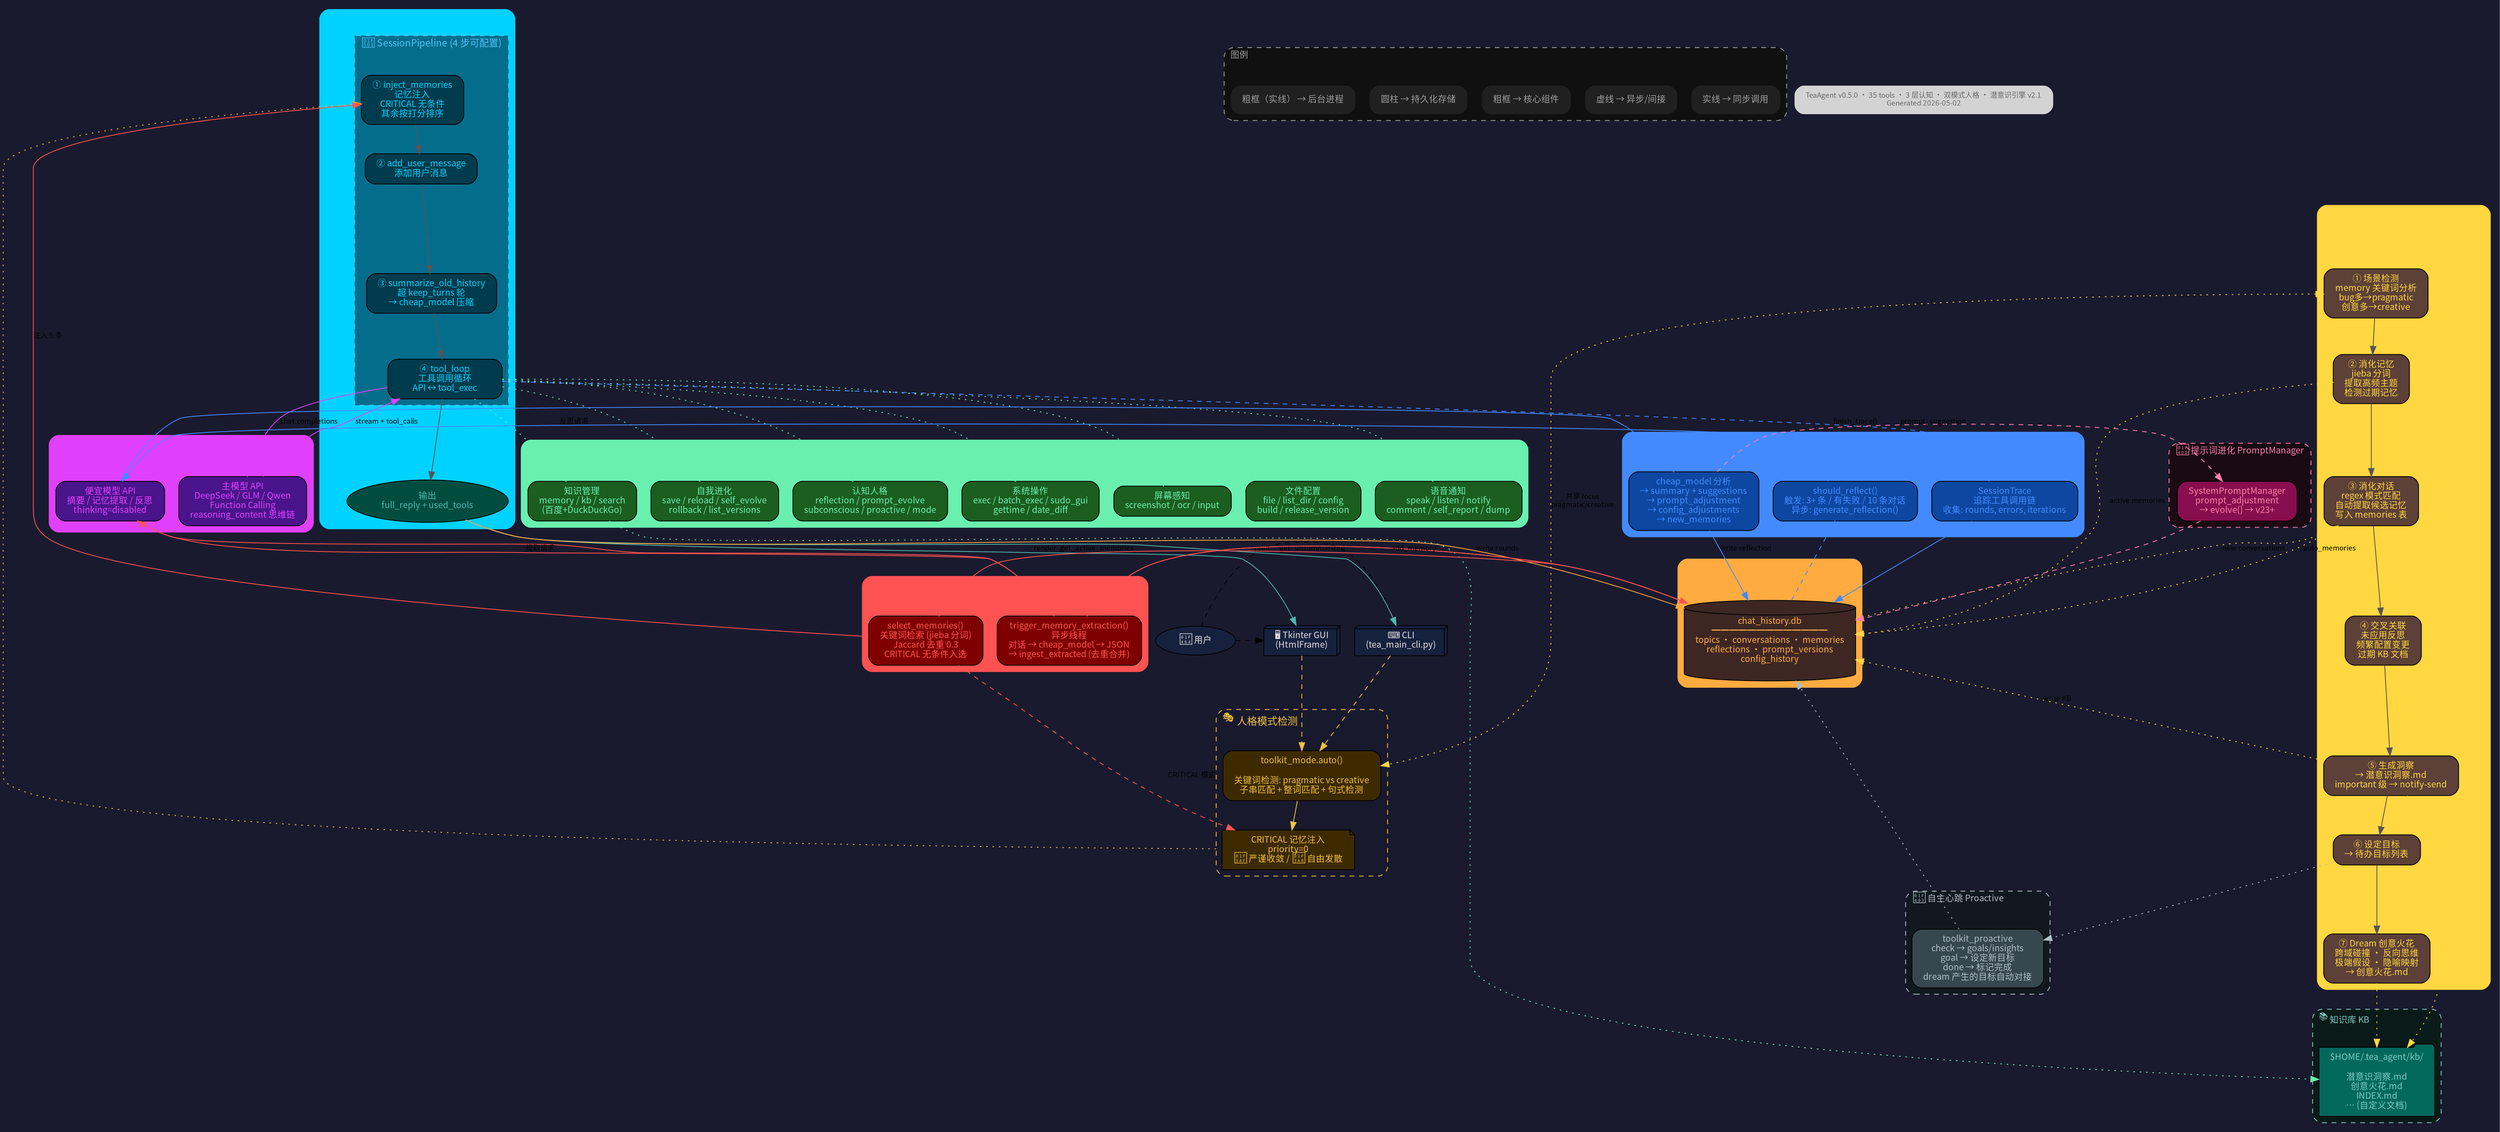
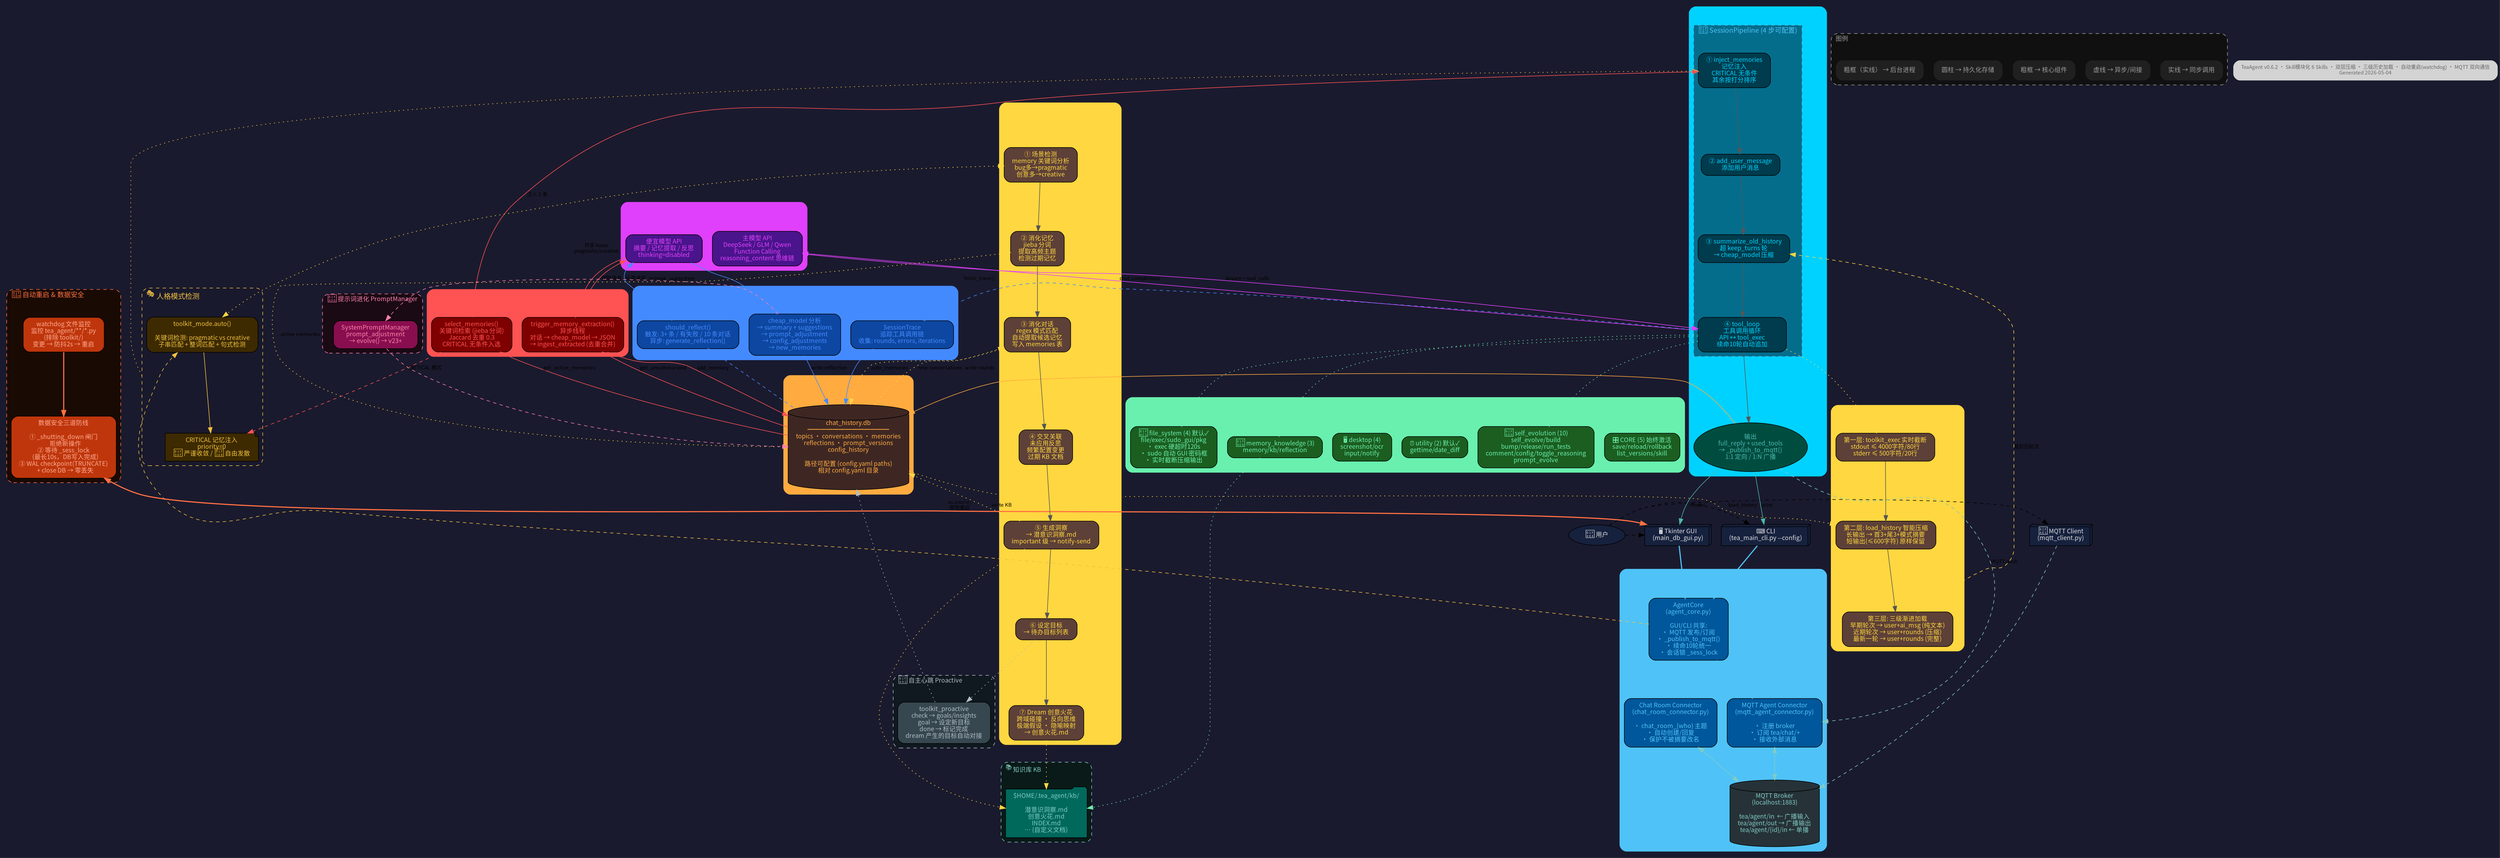
digraph TeaAgent_Architecture {
    rankdir=TB;
    bgcolor="#1a1a2e";
    fontname="Fira Sans,Noto Sans CJK SC";
    fontsize=14;
    fontcolor="#e0e0e0";
    compound=true;

    // ── 全局样式 ──
    node [shape=box, style="rounded,filled", fontname="Fira Sans,Noto Sans CJK SC", fontsize=11, margin="0.2,0.1"];
    edge [fontname="Fira Sans,Noto Sans CJK SC", fontsize=9, color="#555555"];

    // ═══════════════════════════════════════════
    // 外部/用户
    // ═══════════════════════════════════════════
    user [label="👤 用户", fillcolor="#16213e", fontcolor="#e0e0e0", shape=ellipse, width=1.0];
-     gui    [label="🖥️ Tkinter GUI\n(HtmlFrame)", fillcolor="#16213e", fontcolor="#e0e0e0", shape=box3d];
-     cli    [label="⌨️ CLI\n(tea_main_cli.py)", fillcolor="#16213e", fontcolor="#e0e0e0", shape=box3d];
-     {rank=same; user; gui; cli}
+     gui    [label="🖥️ Tkinter GUI\n(main_db_gui.py)", fillcolor="#16213e", fontcolor="#e0e0e0", shape=box3d];
+     cli    [label="⌨️ CLI\n(tea_main_cli.py --config)", fillcolor="#16213e", fontcolor="#e0e0e0", shape=box3d];
+     mqtt_pc [label="📡 MQTT Client\n(mqtt_client.py)", fillcolor="#16213e", fontcolor="#e0e0e0", shape=box3d];
+     {rank=same; user; gui; cli; mqtt_pc}

    user -> gui  [style=dashed, color="#666"];
    user -> cli  [style=dashed, color="#666"];
+     user -> mqtt_pc [style=dashed, color="#666"];
+ 
+     // ═══════════════════════════════════════════
+     // AgentCore 共享基类 + MQTT 层
+     // ═══════════════════════════════════════════
+     subgraph cluster_core {
+         label="🧬 AgentCore 共享基类 + 连接器";
+         fontsize=13;
+         fontcolor="#4fc3f7";
+         style="rounded,filled";
+         color="#4fc3f7";
+         bgcolor="#0a1628";
+         labeljust=l;
+ 
+         agent_core [label="AgentCore\n(agent_core.py)\n\nGUI/CLI 共享:\n· MQTT 发布/订阅\n· _publish_to_mqtt()\n· 续命10轮统一\n· 会话锁 _sess_lock", fillcolor="#01579b", fontcolor="#4fc3f7", shape=box];
+ 
+         mqtt_conn [label="MQTT Agent Connector\n(mqtt_agent_connector.py)\n\n· 注册 broker\n· 订阅 tea/chat/+\n· 接收外部消息", fillcolor="#01579b", fontcolor="#4fc3f7"];
+ 
+         chat_room [label="Chat Room Connector\n(chat_room_connector.py)\n\n· chat_room_{who} 主题\n· 自动创建/回复\n· 保护不被摘要改名", fillcolor="#01579b", fontcolor="#4fc3f7"];
+ 
+         mqtt_broker [label="MQTT Broker\n(localhost:1883)\n\ntea/agent/in  ← 广播输入\ntea/agent/out → 广播输出\ntea/agent/{id}/in ← 单播", fillcolor="#263238", fontcolor="#80cbc4", shape=cylinder];
+     }
+ 
+     gui -> agent_core [color="#4fc3f7", style="bold"];
+     cli -> agent_core [color="#4fc3f7", style="bold"];
+     agent_core -> mqtt_conn [color="#4fc3f7"];
+     mqtt_pc -> mqtt_broker [color="#80cbc4", style=dashed];
+     mqtt_conn -> mqtt_broker [color="#80cbc4", dir=both];
+     chat_room -> mqtt_broker [color="#80cbc4", dir=both];
+ 
+     // ═══════════════════════════════════════════
+     // 自动重启 & 数据安全
+     // ═══════════════════════════════════════════
+     subgraph cluster_autorestart {
+         label="🔄 自动重启 & 数据安全";
+         fontsize=12;
+         fontcolor="#ff7043";
+         style="rounded,dashed";
+         color="#ff7043";
+         bgcolor="#1a0a04";
+         labeljust=l;
+ 
+         watchdog [label="watchdog 文件监控\n监控 tea_agent/**/*.py\n(排除 toolkit/)\n变更 → 防抖2s → 重启", fillcolor="#bf360c", fontcolor="#ffab91"];
+ 
+         safety [label="数据安全三道防线\n\n① _shutting_down 闸门\n   拒绝新操作\n② 等待 _sess_lock\n   (最长10s，DB写入完成)\n③ WAL checkpoint(TRUNCATE)\n   + close DB → 零丢失", fillcolor="#bf360c", fontcolor="#ffab91", shape=box];
+     }
+ 
+     watchdog -> safety [color="#ff7043", style=bold];
+     safety -> gui [color="#ff7043", label="os.execv()\n原地重启", style=bold, dir=both];

    // ═══════════════════════════════════════════
    // 模式检测 (入口前置)
    // ═══════════════════════════════════════════
    subgraph cluster_mode {
        label="🎭 人格模式检测";
        fontsize=13;
        fontcolor="#f0c040";
        style="rounded,dashed";
        color="#f0c040";
        bgcolor="#1a1a2e88";
        labeljust=l;

        mode_detect [label="toolkit_mode.auto()\n\n关键词检测: pragmatic vs creative\n子串匹配 + 整词匹配 + 句式检测", fillcolor="#3d2a00", fontcolor="#f0c040", shape=box];
        mode_mem    [label="CRITICAL 记忆注入\npriority=0\n🎯 严谨收敛 / 🎨 自由发散", fillcolor="#3d2a00", fontcolor="#f0c040", shape=note];
    }

-     gui -> mode_detect [color="#f0c040", style=dashed];
-     cli -> mode_detect [color="#f0c040", style=dashed];
+     agent_core -> mode_detect [color="#f0c040", style=dashed];
    mode_detect -> mode_mem [color="#f0c040"];

    // ═══════════════════════════════════════════
    // OnlineToolSession (核心编排)
    // ═══════════════════════════════════════════
    subgraph cluster_session {
        label="OnlineToolSession · chat_stream()";
        fontsize=14;
        fontcolor="#00d2ff";
        style="rounded,filled";
        color="#00d2ff";
        bgcolor="#0a1628";
        labeljust=l;

        // Pipeline 4 步
        subgraph cluster_pipeline {
            label="🔁 SessionPipeline (4 步可配置)";
            fontsize=12;
            fontcolor="#4fc3f7";
            style=dashed;
            color="#4fc3f7";
            bgcolor="#0a162888";

            step1 [label="① inject_memories\n记忆注入\nCRITICAL 无条件\n其余按打分排序", fillcolor="#003c4d", fontcolor="#00d2ff"];
            step2 [label="② add_user_message\n添加用户消息", fillcolor="#003c4d", fontcolor="#00d2ff"];
            step3 [label="③ summarize_old_history\n超 keep_turns 轮\n→ cheap_model 压缩", fillcolor="#003c4d", fontcolor="#00d2ff"];
-             step4 [label="④ tool_loop\n工具调用循环\nAPI ↔ tool_exec", fillcolor="#003c4d", fontcolor="#00d2ff", shape=box, width=2.0];
+             step4 [label="④ tool_loop\n工具调用循环\nAPI ↔ tool_exec\n续命10轮自动追加", fillcolor="#003c4d", fontcolor="#00d2ff", shape=box, width=2.2];

            step1 -> step2 -> step3 -> step4;
        }

-         step4_output [label="输出\nfull_reply + used_tools", fillcolor="#004d40", fontcolor="#4db6ac", shape=ellipse];
+         step4_output [label="输出\nfull_reply + used_tools\n→ _publish_to_mqtt()\n1:1 定向 / 1:N 广播", fillcolor="#004d40", fontcolor="#4db6ac", shape=ellipse];
        step4 -> step4_output;
    }

    mode_mem -> step1 [color="#f0c040", style=dotted, ltail=cluster_mode];

    // ═══════════════════════════════════════════
    // API 层
    // ═══════════════════════════════════════════
    subgraph cluster_api {
        label="☁️ API 层";
        fontsize=13;
        fontcolor="#e040fb";
        style="rounded,filled";
        color="#e040fb";
        bgcolor="#1a0a28";
        labeljust=l;

        main_api [label="主模型 API\nDeepSeek / GLM / Qwen\nFunction Calling\nreasoning_content 思维链", fillcolor="#4a148c", fontcolor="#e040fb"];
        cheap_api [label="便宜模型 API\n摘要 / 记忆提取 / 反思\nthinking=disabled", fillcolor="#4a148c", fontcolor="#e040fb"];
    }

    step4 -> main_api [color="#e040fb", label="chat.completions"];
    main_api -> step4 [color="#e040fb", label="stream + tool_calls"];

    // ═══════════════════════════════════════════
-     // 工具层
+     // 工具层 (Skill 模块化)
    // ═══════════════════════════════════════════
    subgraph cluster_tools {
-         label="🔧 工具层 (35 tools · 7 大类)";
+         label="🔧 工具层 · Skill 模块化 (6 Skills, 35 tools, 默认激活 11)";
        fontsize=13;
        fontcolor="#69f0ae";
        style="rounded,filled";
        color="#69f0ae";
        bgcolor="#0a2816";
        labeljust=l;

-         tools_sys   [label="系统操作\nexec / batch_exec / sudo_gui\ngettime / date_diff", fillcolor="#1b5e20", fontcolor="#69f0ae"];
-         tools_file  [label="文件配置\nfile / list_dir / config\nbuild / release_version", fillcolor="#1b5e20", fontcolor="#69f0ae"];
-         tools_screen [label="屏幕感知\nscreenshot / ocr / input", fillcolor="#1b5e20", fontcolor="#69f0ae"];
-         tools_know  [label="知识管理\nmemory / kb / search\n(百度+DuckDuckGo)", fillcolor="#1b5e20", fontcolor="#69f0ae"];
-         tools_evolve [label="自我进化\nsave / reload / self_evolve\nrollback / list_versions", fillcolor="#1b5e20", fontcolor="#69f0ae"];
-         tools_cog   [label="认知人格\nreflection / prompt_evolve\nsubconscious / proactive / mode", fillcolor="#1b5e20", fontcolor="#69f0ae"];
-         tools_voice [label="语音通知\nspeak / listen / notify\ncomment / self_report / dump", fillcolor="#1b5e20", fontcolor="#69f0ae"];
- 
-         {rank=same; tools_sys; tools_file;}
-         {rank=same; tools_screen; tools_know;}
-         {rank=same; tools_evolve; tools_cog; tools_voice;}
-     }
- 
-     step4 -> tools_sys    [color="#69f0ae", style=dotted];
-     step4 -> tools_screen [color="#69f0ae", style=dotted];
-     step4 -> tools_evolve [color="#69f0ae", style=dotted];
-     step4 -> tools_know   [color="#69f0ae", style=dotted];
-     step4 -> tools_cog    [color="#69f0ae", style=dotted];
-     step4 -> tools_voice  [color="#69f0ae", style=dotted];
+         tools_skill_core [label="🎛️ CORE (5) 始终激活\nsave/reload/rollback\nlist_versions/skill", fillcolor="#1b5e20", fontcolor="#69f0ae"];
+         tools_skill_fs   [label="📁 file_system (4) 默认✓\nfile/exec/sudo_gui/pkg\n· exec 硬超时120s\n· sudo 自动 GUI 密码框\n· 实时截断压缩输出", fillcolor="#1b5e20", fontcolor="#69f0ae"];
+         tools_skill_util [label="⏰ utility (2) 默认✓\ngettime/date_diff", fillcolor="#1b5e20", fontcolor="#69f0ae"];
+         tools_skill_desk [label="🖥️ desktop (4)\nscreenshot/ocr\ninput/notify", fillcolor="#1b5e20", fontcolor="#69f0ae"];
+         tools_skill_evo  [label="📝 self_evolution (10)\nself_evolve/build\nbump/release/run_tests\ncomment/config/toggle_reasoning\nprompt_evolve", fillcolor="#1b5e20", fontcolor="#69f0ae"];
+         tools_skill_mem  [label="🧠 memory_knowledge (3)\nmemory/kb/reflection", fillcolor="#1b5e20", fontcolor="#69f0ae"];
+ 
+         {rank=same; tools_skill_core; tools_skill_fs; tools_skill_util;}
+         {rank=same; tools_skill_desk; tools_skill_evo; tools_skill_mem;}
+     }
+ 
+     step4 -> tools_skill_fs   [color="#69f0ae", style=dotted];
+     step4 -> tools_skill_evo  [color="#69f0ae", style=dotted];
+     step4 -> tools_skill_mem  [color="#69f0ae", style=dotted];

    // ═══════════════════════════════════════════
    // 存储层
    // ═══════════════════════════════════════════
    subgraph cluster_storage {
        label="💾 持久化存储 (SQLite)";
        fontsize=13;
        fontcolor="#ffab40";
        style="rounded,filled";
        color="#ffab40";
        bgcolor="#1a1408";
        labeljust=l;

-         db [label="chat_history.db\n━━━━━━━━━━━━━\ntopics · conversations · memories\nreflections · prompt_versions\nconfig_history", fillcolor="#3e2723", fontcolor="#ffab40", shape=cylinder];
+         db [label="chat_history.db\n━━━━━━━━━━━━━\ntopics · conversations · memories\nreflections · prompt_versions\nconfig_history\n\n路径可配置 (config.yaml paths)\n相对 config.yaml 目录", fillcolor="#3e2723", fontcolor="#ffab40", shape=cylinder];
    }

    step4_output -> db [color="#ffab40", label="write rounds"];
    step4_output -> gui [color="#4db6ac", label="render"];
    step4_output -> cli [color="#4db6ac", label="print"];
+     step4_output -> mqtt_conn [color="#80cbc4", label="MQTT push", style=dashed];
+ 
+     // ═══════════════════════════════════════════
+     // Token 优化：双层压缩 + 三级历史加载
+     // ═══════════════════════════════════════════
+     subgraph cluster_compress {
+         label="📉 Token 优化：双层压缩 + 三级历史加载";
+         fontsize=12;
+         fontcolor="#ffd740";
+         style="rounded,filled";
+         color="#ffd740";
+         bgcolor="#1a1608";
+         labeljust=l;
+ 
+         compress_l1 [label="第一层: toolkit_exec 实时截断\nstdout ≤ 4000字符/80行\nstderr ≤ 500字符/20行", fillcolor="#5d4037", fontcolor="#ffd740"];
+         compress_l2 [label="第二层: load_history 智能压缩\n长输出 → 首3+尾3+模式摘要\n短输出(≤600字符) 原样保留", fillcolor="#5d4037", fontcolor="#ffd740"];
+         compress_l3 [label="第三层: 三级渐进加载\n早期轮次 → user+ai_msg (纯文本)\n近期轮次 → user+rounds (压缩)\n最新一轮 → user+rounds (完整)", fillcolor="#5d4037", fontcolor="#ffd740"];
+ 
+         compress_l1 -> compress_l2 -> compress_l3;
+     }
+ 
+     step4 -> compress_l1 [color="#ffd740", style=dotted];
+     db -> compress_l2 [color="#ffd740", style=dotted, label="load_history"];
+     compress_l3 -> step3 [color="#ffd740", style=dashed, label="裁剪旧轮次"];

    // ═══════════════════════════════════════════
    // 认知层 ①: 记忆系统
    // ═══════════════════════════════════════════
    subgraph cluster_memory {
        label="🧠 记忆系统 MemoryManager";
        fontsize=12;
        fontcolor="#ff5252";
        style="rounded,filled";
        color="#ff5252";
        bgcolor="#1a0a0a";
        labeljust=l;

        memory_extract [label="trigger_memory_extraction()\n异步线程\n对话 → cheap_model → JSON\n→ ingest_extracted (去重合并)", fillcolor="#7f0000", fontcolor="#ff5252"];
        memory_select  [label="select_memories()\n关键词检索 (jieba 分词)\nJaccard 去重 0.3\nCRITICAL 无条件入选", fillcolor="#7f0000", fontcolor="#ff5252"];
    }

    db -> memory_extract [color="#ff5252", label="get_unsummarized"];
    memory_extract -> cheap_api [color="#ff5252", label="提取请求"];
    cheap_api -> memory_extract [color="#ff5252"];
    memory_extract -> db [color="#ff5252", label="add_memory"];
    db -> memory_select [color="#ff5252", label="get_active_memories"];
    memory_select -> step1 [color="#ff5252", label="注入 5 条"];
    memory_select -> mode_mem [color="#ff5252", style=dashed, label="CRITICAL 模式"];

    // ═══════════════════════════════════════════
    // 认知层 ②: 反思系统
    // ═══════════════════════════════════════════
    subgraph cluster_reflection {
        label="🔍 反思系统 ReflectionManager";
        fontsize=12;
        fontcolor="#448aff";
        style="rounded,filled";
        color="#448aff";
        bgcolor="#0a0a1a";
        labeljust=l;

        reflection_trace [label="SessionTrace\n追踪工具调用链\n收集: rounds, errors, iterations", fillcolor="#0d47a1", fontcolor="#448aff"];
        reflection_trigger [label="should_reflect()\n触发: 3+ 条 / 有失败 / 10 条对话\n异步: generate_reflection()", fillcolor="#0d47a1", fontcolor="#448aff"];
        reflection_output [label="cheap_model 分析\n→ summary + suggestions\n→ prompt_adjustment\n→ config_adjustments\n→ new_memories", fillcolor="#0d47a1", fontcolor="#448aff"];
    }

    step4 -> reflection_trace [color="#448aff", label="finish_trace()", style=dashed];
    reflection_trace -> db [color="#448aff"];
    db -> reflection_trigger [color="#448aff", style=dashed];
    reflection_trigger -> cheap_api [color="#448aff", label="反思请求"];
    cheap_api -> reflection_output [color="#448aff"];
    reflection_output -> db [color="#448aff", label="write reflection"];

    // 反思 → 提示词进化
    subgraph cluster_prompt_evolve {
        label="📝 提示词进化 PromptManager";
        fontsize=11;
        fontcolor="#ff80ab";
        style="rounded,dashed";
        color="#ff80ab";
        bgcolor="#1a0a14";
        labeljust=l;

        prompt_v [label="SystemPromptManager\nprompt_adjustment\n→ evolve() → v23+", fillcolor="#880e4f", fontcolor="#ff80ab"];
    }

    reflection_output -> prompt_v [color="#ff80ab", label="prompt_suggestion", style=dashed];
    prompt_v -> db [color="#ff80ab", style=dashed];

    // ═══════════════════════════════════════════
    // 认知层 ③: 潜意识引擎
    // ═══════════════════════════════════════════
    subgraph cluster_subconscious {
        label="🧬 潜意识引擎 Subconscious v2.1\n后台守护进程 · 每 1 小时循环";
        fontsize=13;
        fontcolor="#ffd740";
        style="rounded,filled";
        color="#ffd740";
        bgcolor="#1a1608";
        labeljust=l;

        sub_scene [label="① 场景检测\nmemory 关键词分析\nbug多→pragmatic\n创意多→creative", fillcolor="#5d4037", fontcolor="#ffd740"];
        sub_digest [label="② 消化记忆\njieba 分词\n提取高频主题\n检测过期记忆", fillcolor="#5d4037", fontcolor="#ffd740"];
        sub_conv [label="③ 消化对话\nregex 模式匹配\n自动提取候选记忆\n写入 memories 表", fillcolor="#5d4037", fontcolor="#ffd740"];
        sub_link [label="④ 交叉关联\n未应用反思\n频繁配置变更\n过期 KB 文档", fillcolor="#5d4037", fontcolor="#ffd740"];
        sub_insight [label="⑤ 生成洞察\n→ 潜意识洞察.md\nimportant 级 → notify-send", fillcolor="#5d4037", fontcolor="#ffd740"];
        sub_goal [label="⑥ 设定目标\n→ 待办目标列表", fillcolor="#5d4037", fontcolor="#ffd740"];
        sub_dream [label="⑦ Dream 创意火花\n跨域碰撞 · 反向思维\n极端假设 · 隐喻映射\n→ 创意火花.md", fillcolor="#5d4037", fontcolor="#ffd740", shape=box, width=1.8];

        sub_scene -> sub_digest -> sub_conv -> sub_link -> sub_insight -> sub_goal -> sub_dream;
    }

    db -> sub_digest [color="#ffd740", style=dotted, label="active memories"];
    db -> sub_conv [color="#ffd740", style=dotted, label="new conversations"];
    sub_conv -> db [color="#ffd740", style=dotted, label="auto_memories"];
    sub_insight -> db [color="#ffd740", style=dotted, label="write KB"];

    // 潜意识 ↔ 模式检测 对齐
    sub_scene -> mode_detect [color="#ffd740", style=dotted, dir=both, label="共享 focus\npragmatic/creative"];

    // ═══════════════════════════════════════════
    // 自主心跳
    // ═══════════════════════════════════════════
    subgraph cluster_proactive {
        label="💓 自主心跳 Proactive";
        fontsize=11;
        fontcolor="#b0bec5";
        style="rounded,dashed";
        color="#b0bec5";
        bgcolor="#101820";
        labeljust=l;

        proactive [label="toolkit_proactive\ncheck → goals/insights\ngoal → 设定新目标\ndone → 标记完成\ndream 产生的目标自动对接", fillcolor="#37474f", fontcolor="#b0bec5"];
    }

    sub_goal -> proactive [color="#b0bec5", style=dotted];
    proactive -> db [color="#b0bec5", style=dotted];

    // ═══════════════════════════════════════════
    // 知识库
    // ═══════════════════════════════════════════
    subgraph cluster_kb {
        label="📚 知识库 KB";
        fontsize=11;
        fontcolor="#80cbc4";
        style="rounded,dashed";
        color="#80cbc4";
        bgcolor="#0a1a18";
        labeljust=l;

        kb_files [label="$HOME/.tea_agent/kb/\n\n潜意识洞察.md\n创意火花.md\nINDEX.md\n… (自定义文档)", fillcolor="#00695c", fontcolor="#80cbc4", shape=folder];
    }

    sub_insight -> kb_files [color="#ffd740", style=dotted];
    sub_dream -> kb_files [color="#ffd740", style=dotted];
-     tools_know -> kb_files [color="#69f0ae", style=dotted];
+     tools_skill_mem -> kb_files [color="#69f0ae", style=dotted];

    // ═══════════════════════════════════════════
    // 图例
    // ═══════════════════════════════════════════
    subgraph cluster_legend {
        label="图例";
        fontsize=11;
        fontcolor="#9e9e9e";
        style="rounded,dashed";
        color="#9e9e9e";
        bgcolor="#101010";
        labeljust=l;

        leg1 [label="实线 → 同步调用", fillcolor="#202020", fontcolor="#9e9e9e", shape=plaintext];
        leg2 [label="虚线 → 异步/间接", fillcolor="#202020", fontcolor="#9e9e9e", shape=plaintext];
        leg3 [label="粗框 → 核心组件", fillcolor="#202020", fontcolor="#9e9e9e", shape=plaintext];
        leg4 [label="圆柱 → 持久化存储", fillcolor="#202020", fontcolor="#9e9e9e", shape=plaintext, width=1.5];
        leg5 [label="粗框（实线） → 后台进程", fillcolor="#202020", fontcolor="#9e9e9e", shape=plaintext];
    }

    // ═══════════════════════════════════════════
    // 版本戳
    // ═══════════════════════════════════════════
-     footer [label="TeaAgent v0.5.0 · 35 tools · 3 层认知 · 双模式人格 · 潜意识引擎 v2.1\nGenerated 2026-05-02", shape=plaintext, fontcolor="#666666", fontsize=9];
+     footer [label="TeaAgent v0.6.2 · Skill模块化 6 Skills · 双层压缩 · 三级历史加载 · 自动重启(watchdog) · MQTT 双向通信\nGenerated 2026-05-04", shape=plaintext, fontcolor="#666666", fontsize=9];
}
